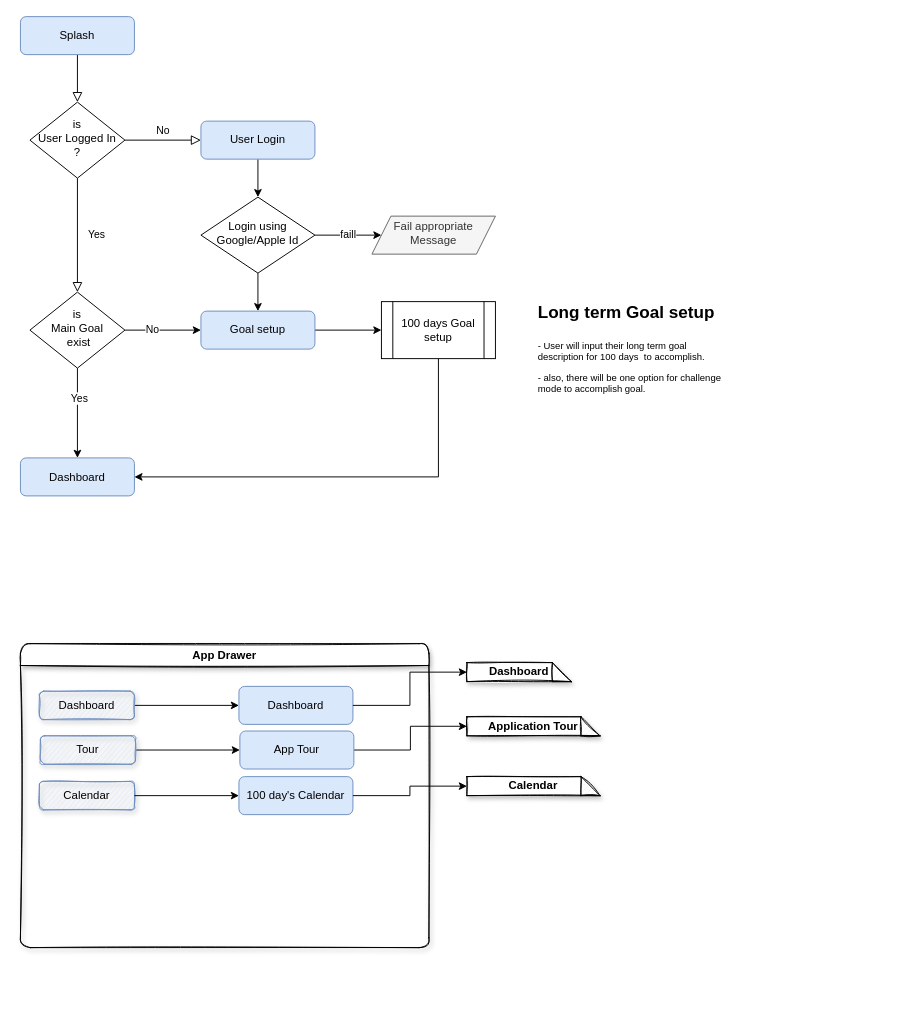
Above: page "Page-1" (1 of 3) of GoalFocusApp Diagram.drawio in VijayBheda/Database (draw.io), before the change. Source tidied: cells renumbered, new cells numbered last; positions are measured from the earlier drawing's top-left corner, leaving out a move shared by most shapes. Both pictures are drawn from the tidied source at 95%, with x=0, y=0 at pixel (20, 16).
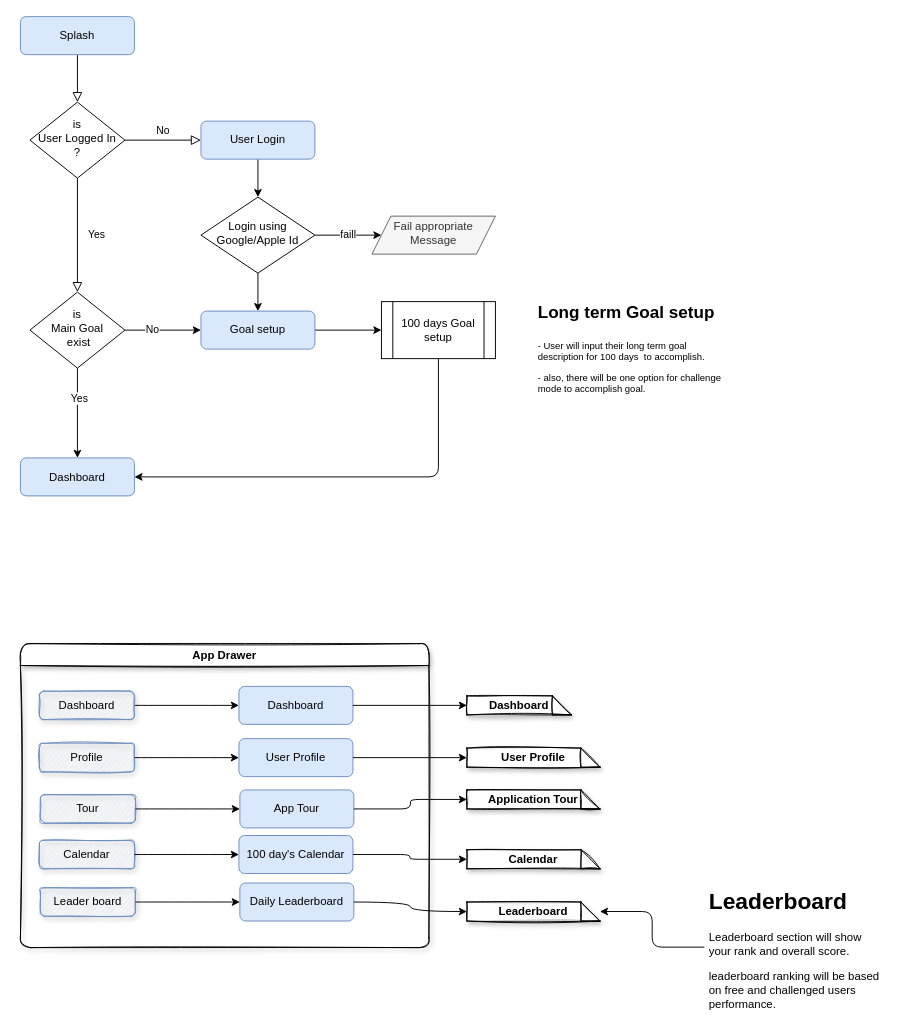
The same diagram, later.

The change refers to these unchanged cells:
```xml
<mxCell id="3" value="Splash" style="rounded=1;whiteSpace=wrap;html=1;fontSize=12;glass=0;strokeWidth=1;shadow=0;fillColor=#dae8fc;strokeColor=#6c8ebf;" parent="1" vertex="1">
  <mxGeometry width="120" height="40" as="geometry" />
</mxCell>
<mxCell id="6" value="is &lt;br&gt;User Logged In ?" style="rhombus;whiteSpace=wrap;html=1;shadow=0;fontFamily=Helvetica;fontSize=12;align=center;strokeWidth=1;spacing=6;spacingTop=-4;" parent="1" vertex="1">
  <mxGeometry x="10" y="90" width="100" height="80" as="geometry" />
</mxCell>
<mxCell id="8" value="User Login" style="rounded=1;whiteSpace=wrap;html=1;fontSize=12;glass=0;strokeWidth=1;shadow=0;fillColor=#dae8fc;strokeColor=#6c8ebf;" parent="1" vertex="1">
  <mxGeometry x="190" y="110" width="120" height="40" as="geometry" />
</mxCell>
<mxCell id="9" value="Dashboard" style="rounded=1;whiteSpace=wrap;html=1;fontSize=12;glass=0;strokeWidth=1;shadow=0;fillColor=#dae8fc;strokeColor=#6c8ebf;" parent="1" vertex="1">
  <mxGeometry y="464.5" width="120" height="40" as="geometry" />
</mxCell>
<mxCell id="11" value="Goal setup" style="rounded=1;whiteSpace=wrap;html=1;fontSize=12;glass=0;strokeWidth=1;shadow=0;fillColor=#dae8fc;strokeColor=#6c8ebf;" parent="1" vertex="1">
  <mxGeometry x="190" y="310" width="120" height="40" as="geometry" />
</mxCell>
<mxCell id="14" value="Login using Google/Apple Id" style="rhombus;whiteSpace=wrap;html=1;shadow=0;fontFamily=Helvetica;fontSize=12;align=center;strokeWidth=1;spacing=6;spacingTop=-4;" parent="1" vertex="1">
  <mxGeometry x="190" y="190" width="120" height="80" as="geometry" />
</mxCell>
<mxCell id="15" value="Fail appropriate Message" style="shape=parallelogram;perimeter=parallelogramPerimeter;whiteSpace=wrap;html=1;fixedSize=1;shadow=0;strokeWidth=1;spacing=6;spacingTop=-4;fillColor=#f5f5f5;strokeColor=#666666;fontColor=#333333;" parent="1" vertex="1">
  <mxGeometry x="370" y="210" width="130" height="40" as="geometry" />
</mxCell>
<mxCell id="20" value="is&lt;br&gt;Main Goal&lt;br&gt;&amp;nbsp;exist" style="rhombus;whiteSpace=wrap;html=1;shadow=0;fontFamily=Helvetica;fontSize=12;align=center;strokeWidth=1;spacing=6;spacingTop=-4;" parent="1" vertex="1">
  <mxGeometry x="10" y="290" width="100" height="80" as="geometry" />
</mxCell>
<mxCell id="22" value="100 days Goal setup" style="shape=process;whiteSpace=wrap;html=1;backgroundOutline=1;" parent="1" vertex="1">
  <mxGeometry x="380" y="300" width="120" height="60" as="geometry" />
</mxCell>
<mxCell id="24" value="App Drawer" style="swimlane;rounded=1;shadow=1;glass=0;sketch=1;" parent="1" vertex="1">
  <mxGeometry y="660" width="430" height="320" as="geometry" />
</mxCell>
<mxCell id="26" value="Dashboard" style="whiteSpace=wrap;html=1;fillColor=#dae8fc;strokeColor=#6c8ebf;rounded=1;glass=0;shadow=1;sketch=1;" parent="24" vertex="1">
  <mxGeometry x="20" y="50" width="100" height="30" as="geometry" />
</mxCell>
<mxCell id="27" value="Dashboard" style="rounded=1;whiteSpace=wrap;html=1;fontSize=12;glass=0;strokeWidth=1;shadow=0;fillColor=#dae8fc;strokeColor=#6c8ebf;" parent="24" vertex="1">
  <mxGeometry x="230" y="45" width="120" height="40" as="geometry" />
</mxCell>
```

Change to the diagram source:
```diff
@@
-    <mxCell id="2" style="rounded=0;html=1;jettySize=auto;fontSize=11;endArrow=block;endFill=0;endSize=8;strokeWidth=1;shadow=0;labelBackgroundColor=none;edgeStyle=orthogonalEdgeStyle;" parent="1" edge="1" source="3" target="6">
+    <mxCell id="2" style="rounded=1;html=1;jettySize=auto;fontSize=11;endArrow=block;endFill=0;endSize=8;strokeWidth=1;shadow=0;labelBackgroundColor=none;edgeStyle=orthogonalEdgeStyle;" parent="1" edge="1" source="3" target="6">
       <mxGeometry relative="1" as="geometry" />
     </mxCell>
@@
-    <mxCell id="4" value="Yes" style="rounded=0;html=1;jettySize=auto;fontSize=11;endArrow=block;endFill=0;endSize=8;strokeWidth=1;shadow=0;labelBackgroundColor=none;edgeStyle=orthogonalEdgeStyle;entryX=0.5;entryY=0;entryDx=0;entryDy=0;entryPerimeter=0;" parent="1" edge="1" source="6" target="20">
+    <mxCell id="4" value="Yes" style="rounded=1;html=1;jettySize=auto;fontSize=11;endArrow=block;endFill=0;endSize=8;strokeWidth=1;shadow=0;labelBackgroundColor=none;edgeStyle=orthogonalEdgeStyle;entryX=0.5;entryY=0;entryDx=0;entryDy=0;entryPerimeter=0;" parent="1" edge="1" source="6" target="20">
       <mxGeometry y="20" relative="1" as="geometry" />
     </mxCell>
-    <mxCell id="5" value="No" style="edgeStyle=orthogonalEdgeStyle;rounded=0;html=1;jettySize=auto;fontSize=11;endArrow=block;endFill=0;endSize=8;strokeWidth=1;shadow=0;labelBackgroundColor=none;" parent="1" edge="1" source="6" target="8">
+    <mxCell id="5" value="No" style="edgeStyle=orthogonalEdgeStyle;rounded=1;html=1;jettySize=auto;fontSize=11;endArrow=block;endFill=0;endSize=8;strokeWidth=1;shadow=0;labelBackgroundColor=none;" parent="1" edge="1" source="6" target="8">
       <mxGeometry y="10" relative="1" as="geometry" />
     </mxCell>
@@
-    <mxCell id="7" style="edgeStyle=orthogonalEdgeStyle;rounded=0;jettySize=auto;html=1;exitX=0.5;exitY=1;exitDx=0;exitDy=0;entryX=0.5;entryY=0;entryDx=0;entryDy=0;" parent="1" edge="1" source="8" target="14">
+    <mxCell id="7" style="edgeStyle=orthogonalEdgeStyle;rounded=1;jettySize=auto;html=1;exitX=0.5;exitY=1;exitDx=0;exitDy=0;entryX=0.5;entryY=0;entryDx=0;entryDy=0;" parent="1" edge="1" source="8" target="14">
       <mxGeometry relative="1" as="geometry" />
     </mxCell>
@@
-    <mxCell id="12" value="faill" style="edgeStyle=orthogonalEdgeStyle;rounded=0;jettySize=auto;html=1;" parent="1" edge="1" source="14" target="15">
+    <mxCell id="12" value="faill" style="edgeStyle=orthogonalEdgeStyle;rounded=1;jettySize=auto;html=1;" parent="1" edge="1" source="14" target="15">
       <mxGeometry relative="1" as="geometry" />
     </mxCell>
-    <mxCell id="13" style="edgeStyle=orthogonalEdgeStyle;rounded=0;jettySize=auto;html=1;entryX=0.5;entryY=0;entryDx=0;entryDy=0;" parent="1" edge="1" source="14" target="11">
+    <mxCell id="13" style="edgeStyle=orthogonalEdgeStyle;rounded=1;jettySize=auto;html=1;entryX=0.5;entryY=0;entryDx=0;entryDy=0;" parent="1" edge="1" source="14" target="11">
       <mxGeometry relative="1" as="geometry" />
     </mxCell>
@@
-    <mxCell id="16" style="edgeStyle=orthogonalEdgeStyle;rounded=0;jettySize=auto;html=1;exitX=0.5;exitY=1;exitDx=0;exitDy=0;entryX=0.5;entryY=0;entryDx=0;entryDy=0;" parent="1" edge="1" source="20" target="9">
+    <mxCell id="16" style="edgeStyle=orthogonalEdgeStyle;rounded=1;jettySize=auto;html=1;exitX=0.5;exitY=1;exitDx=0;exitDy=0;entryX=0.5;entryY=0;entryDx=0;entryDy=0;" parent="1" edge="1" source="20" target="9">
       <mxGeometry relative="1" as="geometry" />
     </mxCell>
@@
-    <mxCell id="18" style="edgeStyle=orthogonalEdgeStyle;rounded=0;jettySize=auto;html=1;entryX=0;entryY=0.5;entryDx=0;entryDy=0;" parent="1" edge="1" source="20" target="11">
+    <mxCell id="18" style="edgeStyle=orthogonalEdgeStyle;rounded=1;jettySize=auto;html=1;entryX=0;entryY=0.5;entryDx=0;entryDy=0;" parent="1" edge="1" source="20" target="11">
       <mxGeometry relative="1" as="geometry" />
     </mxCell>
@@
-    <mxCell id="21" style="edgeStyle=orthogonalEdgeStyle;rounded=0;jettySize=auto;html=1;exitX=0.5;exitY=1;exitDx=0;exitDy=0;entryX=1;entryY=0.5;entryDx=0;entryDy=0;" parent="1" edge="1" source="22" target="9">
+    <mxCell id="21" style="edgeStyle=orthogonalEdgeStyle;rounded=1;jettySize=auto;html=1;exitX=0.5;exitY=1;exitDx=0;exitDy=0;entryX=1;entryY=0.5;entryDx=0;entryDy=0;" parent="1" edge="1" source="22" target="9">
       <mxGeometry relative="1" as="geometry" />
     </mxCell>
@@
-    <mxCell id="25" style="edgeStyle=orthogonalEdgeStyle;rounded=0;jettySize=auto;html=1;exitX=1;exitY=0.5;exitDx=0;exitDy=0;entryX=0;entryY=0.5;entryDx=0;entryDy=0;" parent="24" edge="1" source="26" target="27">
+    <mxCell id="25" style="edgeStyle=orthogonalEdgeStyle;jettySize=auto;html=1;exitX=1;exitY=0.5;exitDx=0;exitDy=0;entryX=0;entryY=0.5;entryDx=0;entryDy=0;curved=1;" parent="24" edge="1" source="26" target="27">
       <mxGeometry relative="1" as="geometry" />
     </mxCell>
@@
     <mxCell id="28" value="Calendar" style="whiteSpace=wrap;html=1;fillColor=#dae8fc;strokeColor=#6c8ebf;rounded=1;glass=0;shadow=1;sketch=1;" parent="24" vertex="1">
-      <mxGeometry x="20" y="145" width="100" height="30" as="geometry" />
+      <mxGeometry x="20" y="207" width="100" height="30" as="geometry" />
     </mxCell>
     <mxCell id="29" value="100 day's Calendar" style="rounded=1;whiteSpace=wrap;html=1;fontSize=12;glass=0;strokeWidth=1;shadow=0;fillColor=#dae8fc;strokeColor=#6c8ebf;" parent="24" vertex="1">
-      <mxGeometry x="230" y="140" width="120" height="40" as="geometry" />
+      <mxGeometry x="230" y="202" width="120" height="40" as="geometry" />
     </mxCell>
-    <mxCell id="30" style="edgeStyle=orthogonalEdgeStyle;rounded=0;jettySize=auto;html=1;exitX=1;exitY=0.5;exitDx=0;exitDy=0;entryX=0;entryY=0.5;entryDx=0;entryDy=0;" parent="24" edge="1" source="28" target="29">
+    <mxCell id="30" style="edgeStyle=orthogonalEdgeStyle;jettySize=auto;html=1;exitX=1;exitY=0.5;exitDx=0;exitDy=0;entryX=0;entryY=0.5;entryDx=0;entryDy=0;curved=1;" parent="24" edge="1" source="28" target="29">
       <mxGeometry relative="1" as="geometry" />
     </mxCell>
+    <mxCell id="32" value="Tour" style="whiteSpace=wrap;html=1;fillColor=#dae8fc;strokeColor=#6c8ebf;rounded=1;glass=0;shadow=1;sketch=1;" parent="24" vertex="1">
+      <mxGeometry x="21" y="159" width="100" height="30" as="geometry" />
+    </mxCell>
+    <mxCell id="34" value="App Tour" style="rounded=1;whiteSpace=wrap;html=1;fontSize=12;glass=0;strokeWidth=1;shadow=0;fillColor=#dae8fc;strokeColor=#6c8ebf;" parent="24" vertex="1">
+      <mxGeometry x="231" y="154" width="120" height="40" as="geometry" />
+    </mxCell>
-    <mxCell id="31" style="edgeStyle=orthogonalEdgeStyle;rounded=0;jettySize=auto;html=1;exitX=1;exitY=0.5;exitDx=0;exitDy=0;entryX=0;entryY=0.5;entryDx=0;entryDy=0;" parent="1" edge="1" source="32" target="34">
+    <mxCell id="31" style="edgeStyle=orthogonalEdgeStyle;jettySize=auto;html=1;exitX=1;exitY=0.5;exitDx=0;exitDy=0;entryX=0;entryY=0.5;entryDx=0;entryDy=0;curved=1;" parent="24" edge="1" source="32" target="34">
       <mxGeometry relative="1" as="geometry" />
     </mxCell>
-    <mxCell id="32" value="Tour" style="whiteSpace=wrap;html=1;fillColor=#dae8fc;strokeColor=#6c8ebf;rounded=1;glass=0;shadow=1;sketch=1;" parent="1" vertex="1">
-      <mxGeometry x="21" y="757" width="100" height="30" as="geometry" />
-    </mxCell>
+    <mxCell id="40" value="Leader board" style="whiteSpace=wrap;html=1;fillColor=#dae8fc;strokeColor=#6c8ebf;rounded=1;glass=0;shadow=1;sketch=1;" parent="24" vertex="1">
+      <mxGeometry x="21" y="257" width="100" height="30" as="geometry" />
+    </mxCell>
+    <mxCell id="41" value="Daily Leaderboard" style="rounded=1;whiteSpace=wrap;html=1;fontSize=12;glass=0;strokeWidth=1;shadow=0;fillColor=#dae8fc;strokeColor=#6c8ebf;" parent="24" vertex="1">
+      <mxGeometry x="231" y="252" width="120" height="40" as="geometry" />
+    </mxCell>
+    <mxCell id="42" style="edgeStyle=orthogonalEdgeStyle;jettySize=auto;html=1;exitX=1;exitY=0.5;exitDx=0;exitDy=0;entryX=0;entryY=0.5;entryDx=0;entryDy=0;curved=1;" parent="24" edge="1" source="40" target="41">
+      <mxGeometry relative="1" as="geometry" />
+    </mxCell>
+    <mxCell id="43" value="Profile" style="whiteSpace=wrap;html=1;fillColor=#dae8fc;strokeColor=#6c8ebf;rounded=1;glass=0;shadow=1;sketch=1;" parent="24" vertex="1">
+      <mxGeometry x="20" y="105" width="100" height="30" as="geometry" />
+    </mxCell>
+    <mxCell id="44" value="User Profile" style="rounded=1;whiteSpace=wrap;html=1;fontSize=12;glass=0;strokeWidth=1;shadow=0;fillColor=#dae8fc;strokeColor=#6c8ebf;" parent="24" vertex="1">
+      <mxGeometry x="230" y="100" width="120" height="40" as="geometry" />
+    </mxCell>
+    <mxCell id="45" style="edgeStyle=orthogonalEdgeStyle;jettySize=auto;html=1;exitX=1;exitY=0.5;exitDx=0;exitDy=0;entryX=0;entryY=0.5;entryDx=0;entryDy=0;curved=1;" parent="24" edge="1" source="43" target="44">
+      <mxGeometry relative="1" as="geometry" />
+    </mxCell>
-    <mxCell id="33" style="edgeStyle=orthogonalEdgeStyle;rounded=0;jettySize=auto;html=1;entryX=0;entryY=0.5;entryDx=0;entryDy=0;entryPerimeter=0;" parent="1" edge="1" source="34" target="37">
+    <mxCell id="33" style="edgeStyle=orthogonalEdgeStyle;rounded=1;jettySize=auto;html=1;entryX=0;entryY=0.5;entryDx=0;entryDy=0;entryPerimeter=0;" parent="1" edge="1" source="34" target="37">
       <mxGeometry relative="1" as="geometry" />
     </mxCell>
-    <mxCell id="34" value="App Tour" style="rounded=1;whiteSpace=wrap;html=1;fontSize=12;glass=0;strokeWidth=1;shadow=0;fillColor=#dae8fc;strokeColor=#6c8ebf;" parent="1" vertex="1">
-      <mxGeometry x="231" y="752" width="120" height="40" as="geometry" />
-    </mxCell>
     <mxCell id="35" value="&lt;b&gt;Dashboard&lt;/b&gt;" style="shape=note;whiteSpace=wrap;html=1;backgroundOutline=1;darkOpacity=0.05;rounded=1;shadow=1;glass=0;sketch=1;align=center;size=20;" parent="1" vertex="1" collapsed="1">
-      <mxGeometry x="470" y="680" width="110" height="20" as="geometry" />
+      <mxGeometry x="470" y="715" width="110" height="20" as="geometry" />
     </mxCell>
-    <mxCell id="36" style="edgeStyle=orthogonalEdgeStyle;rounded=0;jettySize=auto;html=1;entryX=0;entryY=0.5;entryDx=0;entryDy=0;entryPerimeter=0;" parent="1" edge="1" source="27" target="35">
+    <mxCell id="36" style="edgeStyle=orthogonalEdgeStyle;rounded=1;jettySize=auto;html=1;entryX=0;entryY=0.5;entryDx=0;entryDy=0;entryPerimeter=0;" parent="1" edge="1" source="27" target="35">
       <mxGeometry relative="1" as="geometry" />
     </mxCell>
     <mxCell id="37" value="&lt;b&gt;Application Tour&lt;/b&gt;" style="shape=note;whiteSpace=wrap;html=1;backgroundOutline=1;darkOpacity=0.05;rounded=1;shadow=1;glass=0;sketch=1;align=center;size=20;" parent="1" vertex="1" collapsed="1">
-      <mxGeometry x="470" y="737" width="140" height="20" as="geometry" />
+      <mxGeometry x="470" y="814" width="140" height="20" as="geometry" />
     </mxCell>
     <mxCell id="38" value="&lt;b&gt;Calendar&lt;/b&gt;" style="shape=note;whiteSpace=wrap;html=1;backgroundOutline=1;darkOpacity=0.05;rounded=1;shadow=1;glass=0;sketch=1;align=center;size=20;" parent="1" vertex="1" collapsed="1">
-      <mxGeometry x="470" y="800" width="140" height="20" as="geometry" />
+      <mxGeometry x="470" y="877" width="140" height="20" as="geometry" />
     </mxCell>
-    <mxCell id="39" style="edgeStyle=orthogonalEdgeStyle;rounded=0;jettySize=auto;html=1;exitX=1;exitY=0.5;exitDx=0;exitDy=0;entryX=0;entryY=0.5;entryDx=0;entryDy=0;entryPerimeter=0;fontColor=#000000;startSize=30;" parent="1" edge="1" source="29" target="38">
+    <mxCell id="39" style="edgeStyle=orthogonalEdgeStyle;rounded=1;jettySize=auto;html=1;exitX=1;exitY=0.5;exitDx=0;exitDy=0;entryX=0;entryY=0.5;entryDx=0;entryDy=0;entryPerimeter=0;fontColor=#000000;startSize=30;" parent="1" edge="1" source="29" target="38">
       <mxGeometry relative="1" as="geometry" />
     </mxCell>
+    <mxCell id="46" style="edgeStyle=orthogonalEdgeStyle;jettySize=auto;html=1;entryX=0;entryY=0.5;entryDx=0;entryDy=0;entryPerimeter=0;curved=1;" parent="1" edge="1" source="41" target="47">
+      <mxGeometry relative="1" as="geometry" />
+    </mxCell>
+    <mxCell id="47" value="&lt;b&gt;Leaderboard&lt;/b&gt;" style="shape=note;whiteSpace=wrap;html=1;backgroundOutline=1;darkOpacity=0.05;rounded=1;shadow=1;glass=0;sketch=1;align=center;size=20;" parent="1" vertex="1" collapsed="1">
+      <mxGeometry x="470" y="932" width="140" height="20" as="geometry" />
+    </mxCell>
+    <mxCell id="48" style="edgeStyle=orthogonalEdgeStyle;rounded=1;jettySize=auto;html=1;exitX=0;exitY=0.5;exitDx=0;exitDy=0;" parent="1" edge="1" source="49" target="47">
+      <mxGeometry relative="1" as="geometry" />
+    </mxCell>
+    <mxCell id="49" value="&lt;h1&gt;Leaderboard&lt;/h1&gt;&lt;p&gt;Leaderboard section will show your rank and overall score.&lt;/p&gt;&lt;p&gt;leaderboard ranking will be based on free and challenged users performance.&lt;/p&gt;" style="text;html=1;strokeColor=none;fillColor=none;spacing=5;spacingTop=-20;whiteSpace=wrap;overflow=hidden;rounded=0;" parent="1" vertex="1">
+      <mxGeometry x="720" y="912" width="190" height="135" as="geometry" />
+    </mxCell>
+    <mxCell id="50" value="&lt;b&gt;User Profile&lt;/b&gt;" style="shape=note;whiteSpace=wrap;html=1;backgroundOutline=1;darkOpacity=0.05;rounded=1;shadow=1;glass=0;sketch=1;align=center;size=20;" parent="1" vertex="1" collapsed="1">
+      <mxGeometry x="470" y="770" width="140" height="20" as="geometry" />
+    </mxCell>
+    <mxCell id="51" style="edgeStyle=orthogonalEdgeStyle;rounded=1;jettySize=auto;html=1;entryX=0;entryY=0.5;entryDx=0;entryDy=0;entryPerimeter=0;exitX=1;exitY=0.5;exitDx=0;exitDy=0;" parent="1" edge="1" source="44" target="50">
+      <mxGeometry relative="1" as="geometry" />
+    </mxCell>
```
